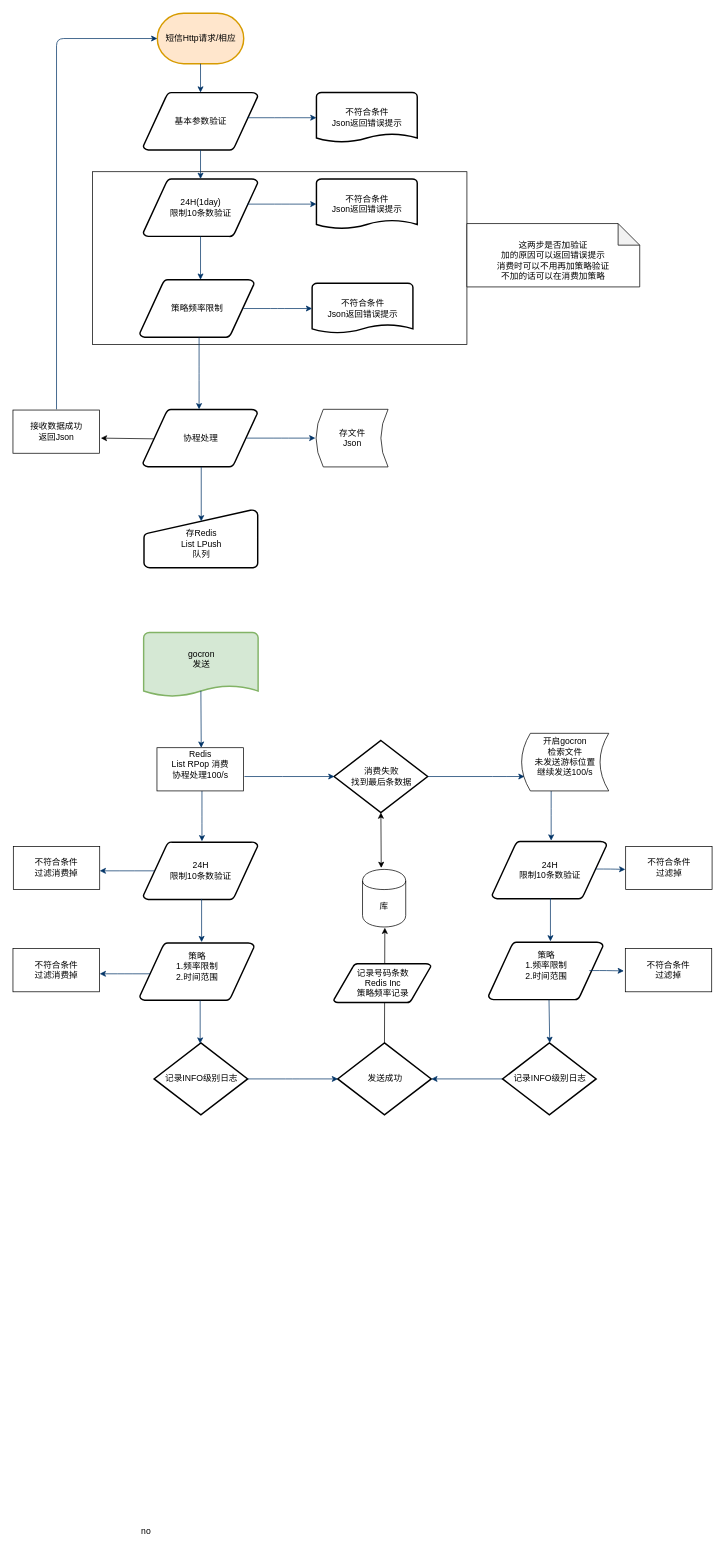
akun87/activity keeps this draw.io diagram as 消息发送.drawio. Above is the earlier version. Source tidied: cells renumbered, new cells numbered last; positions are measured from the earlier drawing's top-left corner, leaving out a move shared by most shapes. Both pictures are drawn from the tidied source at 72%, with x=0, y=0 at pixel (13, 13).
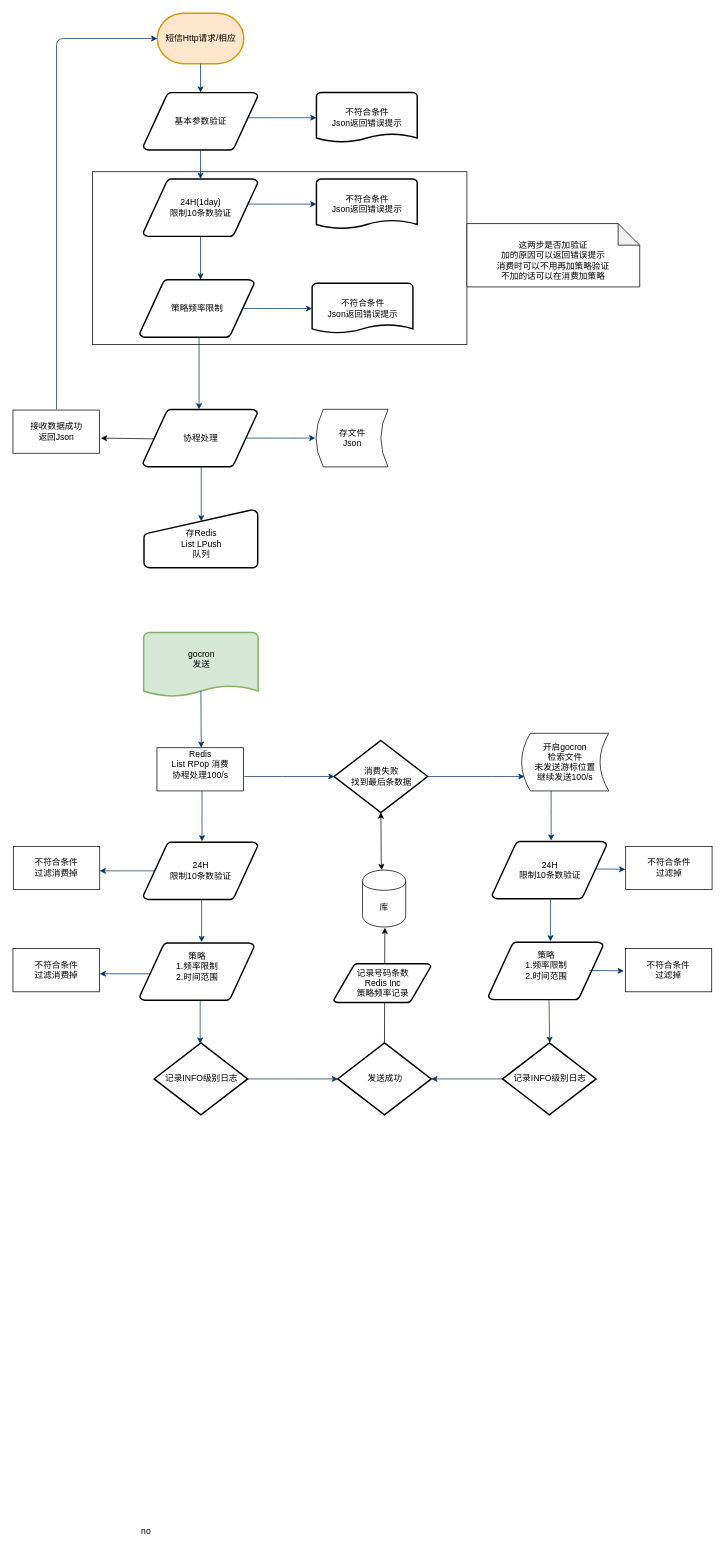
After the change.

Commit message (it also covers changes not shown here):
更新消息发送.drawio

The change refers to these unchanged cells:
```xml
<mxCell id="39" value="&lt;div&gt;消费失败&lt;/div&gt;&lt;div&gt;找到最后条数据&lt;br&gt;&lt;/div&gt;" style="shape=mxgraph.flowchart.decision;strokeWidth=2;gradientColor=none;gradientDirection=north;fontStyle=0;html=1;" parent="1" vertex="1">
  <mxGeometry x="445.5" y="1010" width="130" height="100" as="geometry" />
</mxCell>
```

What changed in the source:
```diff
@@
     <mxCell id="38" value="库" style="shape=cylinder;whiteSpace=wrap;html=1;boundedLbl=1;backgroundOutline=1;" parent="1" vertex="1">
-      <mxGeometry x="485" y="1189" width="60" height="80" as="geometry" />
+      <mxGeometry x="485" y="1190" width="60" height="79" as="geometry" />
     </mxCell>
@@
-    <mxCell id="57" style="endArrow=classic;startArrow=classic;html=1;entryX=0.5;entryY=1;entryDx=0;entryDy=0;entryPerimeter=0;" parent="1" edge="1" target="39">
+    <mxCell id="57" style="endArrow=classic;startArrow=classic;html=1;entryX=0.5;entryY=1;entryDx=0;entryDy=0;entryPerimeter=0;" parent="1" edge="1" source="38" target="39">
       <mxGeometry relative="1" as="geometry">
-        <mxPoint x="511" y="1187" as="sourcePoint" />
+        <Array as="points">
+          <mxPoint x="511" y="1180" />
+        </Array>
       </mxGeometry>
     </mxCell>
@@
-    <mxCell id="60" value="&lt;div&gt;&lt;br&gt;&lt;/div&gt;&lt;div&gt;&lt;br&gt;&lt;/div&gt;&lt;div&gt;开启gocron&lt;br&gt;&lt;/div&gt;&lt;div&gt;检索文件&lt;/div&gt;&lt;div&gt;未发送游标位置&lt;/div&gt;&lt;div&gt;继续发送100/s&lt;/div&gt;&lt;div&gt;&lt;br&gt;&lt;br&gt;&lt;br&gt;&lt;/div&gt;" style="shape=dataStorage;whiteSpace=wrap;html=1;" parent="1" vertex="1">
+    <mxCell id="60" value="&lt;div&gt;&lt;br&gt;&lt;/div&gt;&lt;div&gt;&lt;br&gt;&lt;/div&gt;&lt;div&gt;&lt;br&gt;&lt;/div&gt;&lt;div&gt;开启gocron&lt;br&gt;&lt;/div&gt;&lt;div&gt;检索文件&lt;/div&gt;&lt;div&gt;未发送游标位置&lt;/div&gt;&lt;div&gt;继续发送100/s&lt;/div&gt;&lt;div&gt;&lt;br&gt;&lt;br&gt;&lt;br&gt;&lt;/div&gt;" style="shape=dataStorage;whiteSpace=wrap;html=1;" parent="1" vertex="1">
       <mxGeometry x="706" y="1000" width="121" height="80" as="geometry" />
     </mxCell>
```
